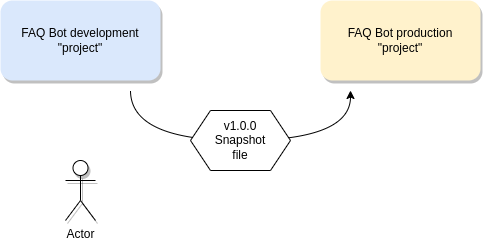
Above: docs/en/docs/ai/resources/deploy/images/deployment-two-agents.drawio.png in Cognigy/Documentation (draw.io), before the change. Source tidied: cells renumbered, new cells last; positions are measured from the earlier drawing's top-left corner, leaving out a move shared by most shapes. The source it was exported from:
```xml
<mxGraphModel>
  <root>
    <mxCell id="0" />
    <mxCell id="1" parent="0" />
    <mxCell id="2" value="FAQ Bot development&lt;br&gt;&quot;project&quot;" style="rounded=1;whiteSpace=wrap;html=1;fillColor=#dae8fc;strokeColor=none;shadow=1;glass=0;" parent="1" vertex="1">
      <mxGeometry width="160" height="80" as="geometry" />
    </mxCell>
    <mxCell id="3" value="FAQ Bot production&lt;br&gt;&quot;project&quot;" style="rounded=1;whiteSpace=wrap;html=1;fillColor=#fff2cc;strokeColor=none;shadow=1;" parent="1" vertex="1">
      <mxGeometry x="320" width="160" height="80" as="geometry" />
    </mxCell>
    <mxCell id="4" style="endArrow=classic;html=1;edgeStyle=orthogonalEdgeStyle;curved=1;" parent="1" edge="1">
      <mxGeometry relative="1" as="geometry">
        <mxPoint x="130" y="90" as="sourcePoint" />
        <mxPoint x="350" y="90" as="targetPoint" />
        <Array as="points">
          <mxPoint x="130" y="140" />
          <mxPoint x="350" y="140" />
        </Array>
      </mxGeometry>
    </mxCell>
    <mxCell id="5" value="v1.0.0&lt;br&gt;Snapshot&lt;br&gt;file" style="shape=hexagon;perimeter=hexagonPerimeter2;whiteSpace=wrap;html=1;fixedSize=1;" parent="1" vertex="1">
      <mxGeometry x="190" y="110" width="100" height="60" as="geometry" />
    </mxCell>
    <mxCell id="6" value="Actor" style="shape=umlActor;verticalLabelPosition=bottom;verticalAlign=top;html=1;shadow=1;glass=0;" parent="1" vertex="1">
      <mxGeometry x="65" y="160" width="30" height="60" as="geometry" />
    </mxCell>
  </root>
</mxGraphModel>
```
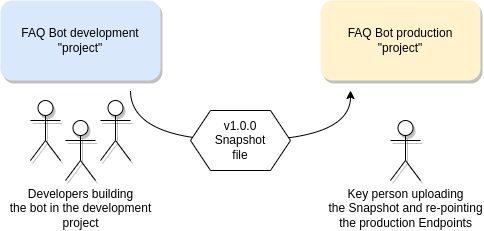
After the commit.

Commit message:
Snapshot deployment concept

The edit, as a diff of the source:
```diff
@@ -21,8 +21,17 @@
     <mxCell id="5" value="v1.0.0&lt;br&gt;Snapshot&lt;br&gt;file" style="shape=hexagon;perimeter=hexagonPerimeter2;whiteSpace=wrap;html=1;fixedSize=1;" parent="1" vertex="1">
       <mxGeometry x="190" y="110" width="100" height="60" as="geometry" />
     </mxCell>
-    <mxCell id="6" value="Actor" style="shape=umlActor;verticalLabelPosition=bottom;verticalAlign=top;html=1;shadow=1;glass=0;" parent="1" vertex="1">
-      <mxGeometry x="65" y="160" width="30" height="60" as="geometry" />
+    <mxCell id="6" value="Developers building&lt;br&gt;the bot in the development&lt;br&gt;project" style="shape=umlActor;verticalLabelPosition=bottom;verticalAlign=top;html=1;shadow=1;glass=0;" parent="1" vertex="1">
+      <mxGeometry x="65" y="120" width="30" height="60" as="geometry" />
     </mxCell>
+    <mxCell id="7" style="shape=umlActor;verticalLabelPosition=bottom;verticalAlign=top;html=1;shadow=1;glass=0;" parent="1" vertex="1">
+      <mxGeometry x="30" y="100" width="30" height="60" as="geometry" />
+    </mxCell>
+    <mxCell id="8" style="shape=umlActor;verticalLabelPosition=bottom;verticalAlign=top;html=1;shadow=1;glass=0;" parent="1" vertex="1">
+      <mxGeometry x="100" y="100" width="30" height="60" as="geometry" />
+    </mxCell>
+    <mxCell id="9" value="Key person uploading&lt;br&gt;the Snapshot and re-pointing&lt;br&gt;the production Endpoints" style="shape=umlActor;verticalLabelPosition=bottom;verticalAlign=top;html=1;shadow=1;glass=0;" parent="1" vertex="1">
+      <mxGeometry x="390" y="120" width="30" height="60" as="geometry" />
+    </mxCell>
   </root>
 </mxGraphModel>
```
